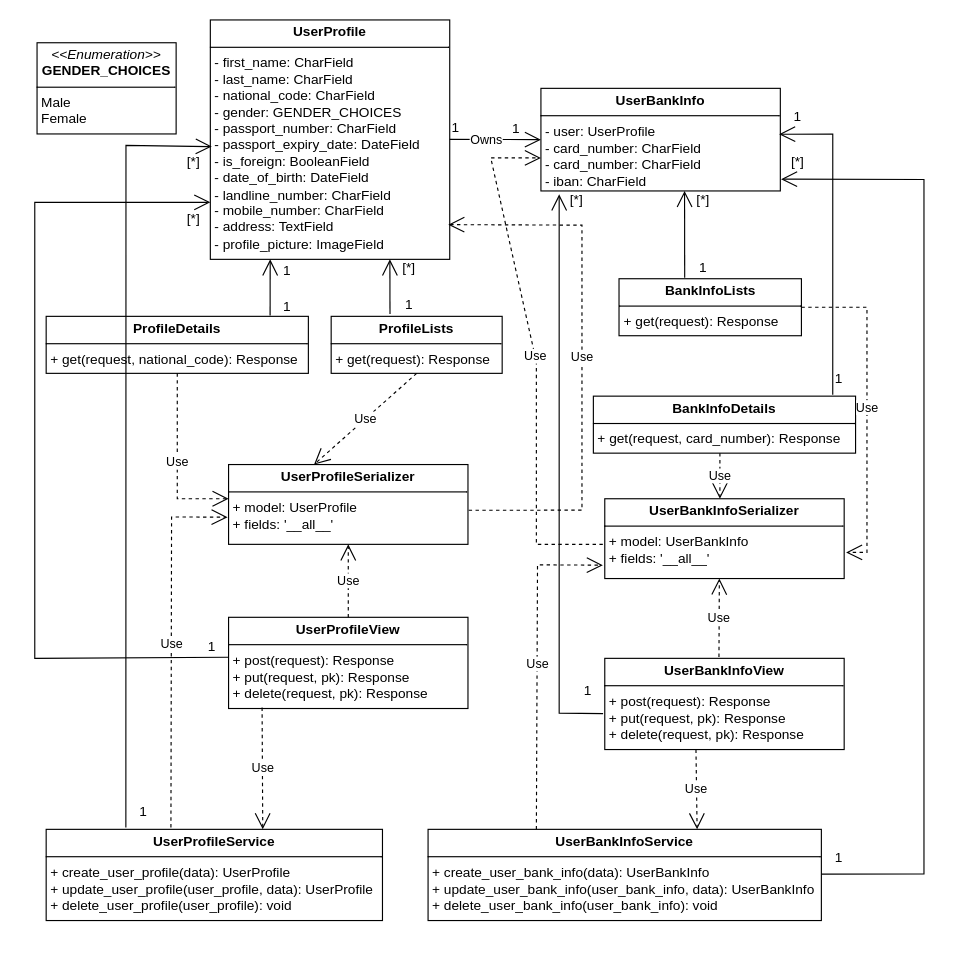
Before: Class-Diagram/ProfilesService-Class-Diagram.drawio in Travel-Booking-Framework/ProfilesService, a draw.io diagram. Source tidied: cells renumbered, new cells numbered last; positions are measured from the earlier drawing's top-left corner, leaving out a move shared by most shapes. Both pictures are drawn from the tidied source at 114%, with x=0, y=0 at pixel (34, 19).
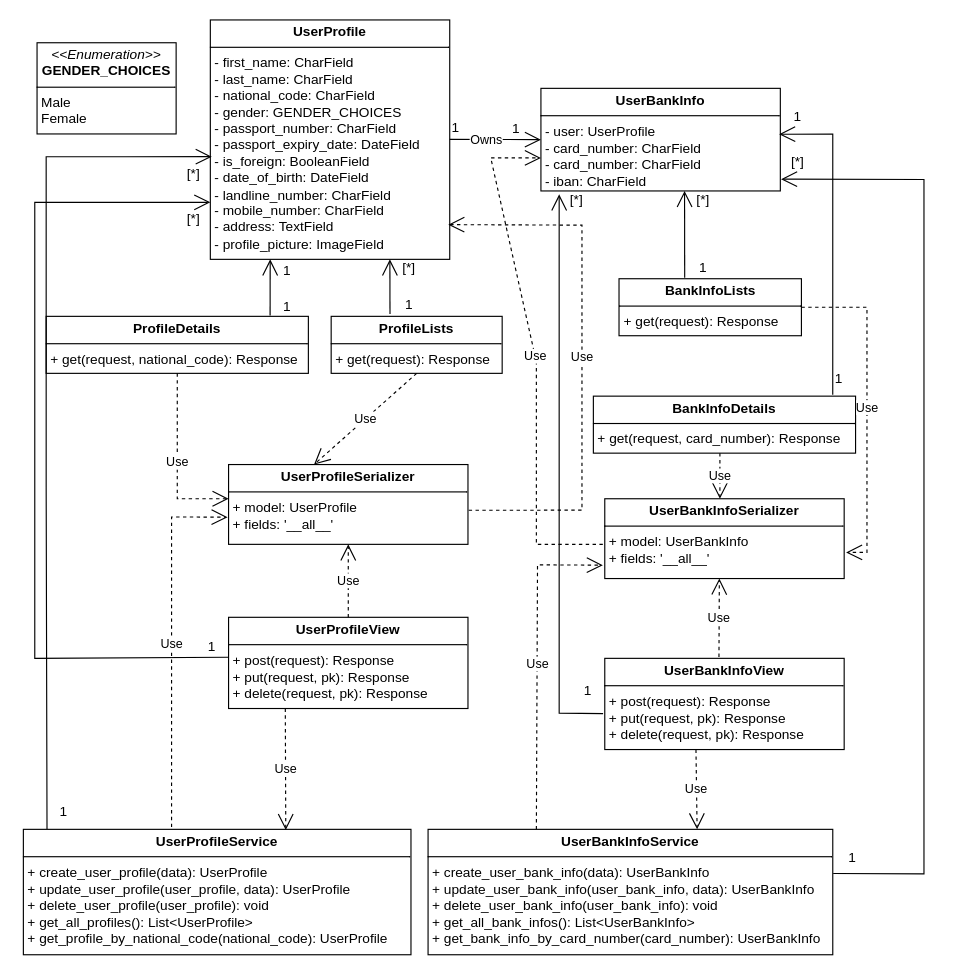
The same page after the edit.

Commit message (it also covers changes not shown here):
Modify ProfileService Class Diagram

The change refers to these unchanged cells:
```xml
<mxCell id="2" value="&lt;p style=&quot;margin:0px;margin-top:4px;text-align:center;&quot;&gt;&lt;b&gt;UserProfile&lt;/b&gt;&lt;/p&gt;&lt;hr size=&quot;1&quot; style=&quot;border-style:solid;&quot;&gt;&lt;p style=&quot;margin:0px;margin-left:4px;&quot;&gt;- first_name: CharField&lt;/p&gt;&lt;p style=&quot;margin:0px;margin-left:4px;&quot;&gt;- last_name: CharField&lt;br&gt;&lt;/p&gt;&lt;p style=&quot;margin:0px;margin-left:4px;&quot;&gt;- national_code:&amp;nbsp;&lt;span style=&quot;background-color: initial;&quot;&gt;CharField&lt;/span&gt;&lt;/p&gt;&lt;p style=&quot;margin:0px;margin-left:4px;&quot;&gt;- gender: GENDER_CHOICES&lt;/p&gt;&lt;p style=&quot;margin:0px;margin-left:4px;&quot;&gt;- passport_number:&amp;nbsp;&lt;span style=&quot;background-color: initial;&quot;&gt;CharField&lt;/span&gt;&lt;/p&gt;&lt;p style=&quot;margin:0px;margin-left:4px;&quot;&gt;- passport_expiry_date: DateField&lt;/p&gt;&lt;p style=&quot;margin:0px;margin-left:4px;&quot;&gt;- is_foreign: BooleanField&lt;/p&gt;&lt;p style=&quot;margin:0px;margin-left:4px;&quot;&gt;- date_of_birth: DateField&lt;/p&gt;&lt;p style=&quot;margin:0px;margin-left:4px;&quot;&gt;- landline_number:&amp;nbsp;&lt;span style=&quot;background-color: initial;&quot;&gt;CharField&lt;/span&gt;&lt;/p&gt;&lt;p style=&quot;margin:0px;margin-left:4px;&quot;&gt;- mobile_number:&amp;nbsp;&lt;span style=&quot;background-color: initial;&quot;&gt;CharField&lt;/span&gt;&lt;/p&gt;&lt;p style=&quot;margin:0px;margin-left:4px;&quot;&gt;- address: TextField&lt;/p&gt;&lt;p style=&quot;margin:0px;margin-left:4px;&quot;&gt;&lt;span style=&quot;background-color: initial;&quot;&gt;- profile_picture: ImageField&lt;/span&gt;&lt;/p&gt;" style="verticalAlign=top;align=left;overflow=fill;html=1;whiteSpace=wrap;" parent="1" vertex="1">
  <mxGeometry x="154" width="210" height="210" as="geometry" />
</mxCell>
<mxCell id="4" value="&lt;p style=&quot;margin:0px;margin-top:4px;text-align:center;&quot;&gt;&lt;b&gt;UserBankInfo&lt;/b&gt;&lt;/p&gt;&lt;hr size=&quot;1&quot; style=&quot;border-style:solid;&quot;&gt;&lt;p style=&quot;margin:0px;margin-left:4px;&quot;&gt;- user: UserProfile&lt;/p&gt;&lt;p style=&quot;margin:0px;margin-left:4px;&quot;&gt;- card_number: CharField&lt;br&gt;&lt;/p&gt;&lt;p style=&quot;margin:0px;margin-left:4px;&quot;&gt;- card_number:&amp;nbsp;&lt;span style=&quot;background-color: initial;&quot;&gt;CharField&lt;/span&gt;&lt;/p&gt;&lt;p style=&quot;margin:0px;margin-left:4px;&quot;&gt;- iban:&amp;nbsp;&lt;span style=&quot;background-color: initial;&quot;&gt;CharField&lt;/span&gt;&lt;/p&gt;" style="verticalAlign=top;align=left;overflow=fill;html=1;whiteSpace=wrap;" parent="1" vertex="1">
  <mxGeometry x="444" y="60" width="210" height="90" as="geometry" />
</mxCell>
<mxCell id="7" value="&lt;p style=&quot;margin:0px;margin-top:4px;text-align:center;&quot;&gt;&lt;b&gt;UserProfileSerializer&lt;/b&gt;&lt;/p&gt;&lt;hr size=&quot;1&quot; style=&quot;border-style:solid;&quot;&gt;&lt;p style=&quot;margin:0px;margin-left:4px;&quot;&gt;+ model: UserProfile&lt;/p&gt;&lt;p style=&quot;margin:0px;margin-left:4px;&quot;&gt;+ fields: '__all__'&lt;/p&gt;" style="verticalAlign=top;align=left;overflow=fill;html=1;whiteSpace=wrap;" parent="1" vertex="1">
  <mxGeometry x="170" y="390" width="210" height="70" as="geometry" />
</mxCell>
<mxCell id="9" value="&lt;p style=&quot;margin:0px;margin-top:4px;text-align:center;&quot;&gt;&lt;b&gt;UserProfileView&lt;/b&gt;&lt;/p&gt;&lt;hr size=&quot;1&quot; style=&quot;border-style:solid;&quot;&gt;&lt;p style=&quot;margin:0px;margin-left:4px;&quot;&gt;+ post(request): Response&lt;/p&gt;&lt;p style=&quot;margin:0px;margin-left:4px;&quot;&gt;+&amp;nbsp;&lt;span style=&quot;background-color: initial;&quot;&gt;put(request, pk): Response&lt;/span&gt;&lt;/p&gt;&lt;p style=&quot;margin:0px;margin-left:4px;&quot;&gt;&lt;span style=&quot;background-color: initial;&quot;&gt;+&amp;nbsp;&lt;/span&gt;&lt;span style=&quot;background-color: initial;&quot;&gt;delete(request, pk): Response&lt;/span&gt;&lt;/p&gt;" style="verticalAlign=top;align=left;overflow=fill;html=1;whiteSpace=wrap;" parent="1" vertex="1">
  <mxGeometry x="170" y="524" width="210" height="80" as="geometry" />
</mxCell>
```

Diff of the diagram source:
```diff
@@
-    <mxCell id="5" value="&lt;p style=&quot;margin:0px;margin-top:4px;text-align:center;&quot;&gt;&lt;b&gt;UserProfileService&lt;/b&gt;&lt;/p&gt;&lt;hr size=&quot;1&quot; style=&quot;border-style:solid;&quot;&gt;&lt;p style=&quot;margin:0px;margin-left:4px;&quot;&gt;+ create_user_profile(data): UserProfile&lt;/p&gt;&lt;p style=&quot;margin:0px;margin-left:4px;&quot;&gt;+&amp;nbsp;&lt;span style=&quot;background-color: initial;&quot;&gt;update_user_profile(&lt;/span&gt;&lt;span style=&quot;background-color: initial;&quot;&gt;user_profile,&amp;nbsp;&lt;/span&gt;&lt;span style=&quot;background-color: initial;&quot;&gt;data): UserProfile&lt;/span&gt;&lt;/p&gt;&lt;p style=&quot;margin:0px;margin-left:4px;&quot;&gt;&lt;span style=&quot;background-color: initial;&quot;&gt;+&amp;nbsp;&lt;/span&gt;&lt;span style=&quot;background-color: initial;&quot;&gt;delete_user_profile(user_profile): void&lt;/span&gt;&lt;/p&gt;" style="verticalAlign=top;align=left;overflow=fill;html=1;whiteSpace=wrap;" parent="1" vertex="1">
-      <mxGeometry x="10" y="710" width="295" height="80" as="geometry" />
+    <mxCell id="5" value="&lt;p style=&quot;margin:0px;margin-top:4px;text-align:center;&quot;&gt;&lt;b&gt;UserProfileService&lt;/b&gt;&lt;/p&gt;&lt;hr size=&quot;1&quot; style=&quot;border-style:solid;&quot;&gt;&lt;p style=&quot;margin:0px;margin-left:4px;&quot;&gt;+ create_user_profile(data): UserProfile&lt;/p&gt;&lt;p style=&quot;margin:0px;margin-left:4px;&quot;&gt;+&amp;nbsp;&lt;span style=&quot;background-color: initial;&quot;&gt;update_user_profile(&lt;/span&gt;&lt;span style=&quot;background-color: initial;&quot;&gt;user_profile,&amp;nbsp;&lt;/span&gt;&lt;span style=&quot;background-color: initial;&quot;&gt;data): UserProfile&lt;/span&gt;&lt;/p&gt;&lt;p style=&quot;margin:0px;margin-left:4px;&quot;&gt;&lt;span style=&quot;background-color: initial;&quot;&gt;+&amp;nbsp;&lt;/span&gt;&lt;span style=&quot;background-color: initial;&quot;&gt;delete_user_profile(user_profile): void&lt;/span&gt;&lt;/p&gt;&lt;p style=&quot;margin:0px;margin-left:4px;&quot;&gt;&lt;span style=&quot;background-color: initial;&quot;&gt;+ get_all_profiles(): List&amp;lt;UserProfile&amp;gt;&lt;/span&gt;&lt;/p&gt;&lt;p style=&quot;margin:0px;margin-left:4px;&quot;&gt;&lt;span style=&quot;background-color: initial;&quot;&gt;+ get_profile_by_national_code(national_code): UserProfile&lt;/span&gt;&lt;/p&gt;" style="verticalAlign=top;align=left;overflow=fill;html=1;whiteSpace=wrap;" parent="1" vertex="1">
+      <mxGeometry x="-10" y="710" width="340" height="110" as="geometry" />
     </mxCell>
-    <mxCell id="6" value="&lt;p style=&quot;margin:0px;margin-top:4px;text-align:center;&quot;&gt;&lt;b&gt;UserBankInfoService&lt;/b&gt;&lt;/p&gt;&lt;hr size=&quot;1&quot; style=&quot;border-style:solid;&quot;&gt;&lt;p style=&quot;margin:0px;margin-left:4px;&quot;&gt;+ create_user_bank_info(data): UserBankInfo&lt;/p&gt;&lt;p style=&quot;margin:0px;margin-left:4px;&quot;&gt;+&amp;nbsp;&lt;span style=&quot;background-color: initial;&quot;&gt;update_&lt;/span&gt;user_bank_info&lt;span style=&quot;background-color: initial;&quot;&gt;(&lt;/span&gt;&lt;span style=&quot;background-color: initial;&quot;&gt;user_bank_info,&amp;nbsp;&lt;/span&gt;&lt;span style=&quot;background-color: initial;&quot;&gt;data):&amp;nbsp;&lt;/span&gt;&lt;span style=&quot;background-color: initial;&quot;&gt;UserBankInfo&lt;/span&gt;&lt;/p&gt;&lt;p style=&quot;margin:0px;margin-left:4px;&quot;&gt;&lt;span style=&quot;background-color: initial;&quot;&gt;+&amp;nbsp;&lt;/span&gt;&lt;span style=&quot;background-color: initial;&quot;&gt;delete_&lt;/span&gt;user_bank_info&lt;span style=&quot;background-color: initial;&quot;&gt;(user_bank_info): void&lt;/span&gt;&lt;/p&gt;" style="verticalAlign=top;align=left;overflow=fill;html=1;whiteSpace=wrap;" parent="1" vertex="1">
-      <mxGeometry x="345" y="710" width="345" height="80" as="geometry" />
+    <mxCell id="6" value="&lt;p style=&quot;margin:0px;margin-top:4px;text-align:center;&quot;&gt;&lt;b&gt;UserBankInfoService&lt;/b&gt;&lt;/p&gt;&lt;hr size=&quot;1&quot; style=&quot;border-style:solid;&quot;&gt;&lt;p style=&quot;margin:0px;margin-left:4px;&quot;&gt;+ create_user_bank_info(data): UserBankInfo&lt;/p&gt;&lt;p style=&quot;margin:0px;margin-left:4px;&quot;&gt;+&amp;nbsp;&lt;span style=&quot;background-color: initial;&quot;&gt;update_&lt;/span&gt;user_bank_info&lt;span style=&quot;background-color: initial;&quot;&gt;(&lt;/span&gt;&lt;span style=&quot;background-color: initial;&quot;&gt;user_bank_info,&amp;nbsp;&lt;/span&gt;&lt;span style=&quot;background-color: initial;&quot;&gt;data):&amp;nbsp;&lt;/span&gt;&lt;span style=&quot;background-color: initial;&quot;&gt;UserBankInfo&lt;/span&gt;&lt;/p&gt;&lt;p style=&quot;margin:0px;margin-left:4px;&quot;&gt;&lt;span style=&quot;background-color: initial;&quot;&gt;+&amp;nbsp;&lt;/span&gt;&lt;span style=&quot;background-color: initial;&quot;&gt;delete_&lt;/span&gt;user_bank_info&lt;span style=&quot;background-color: initial;&quot;&gt;(user_bank_info): void&lt;/span&gt;&lt;/p&gt;&lt;p style=&quot;margin:0px;margin-left:4px;&quot;&gt;&lt;span style=&quot;background-color: initial;&quot;&gt;+ get_all_bank_infos(): List&amp;lt;&lt;/span&gt;&lt;span style=&quot;background-color: initial;&quot;&gt;UserBankInfo&lt;/span&gt;&lt;span style=&quot;background-color: initial;&quot;&gt;&amp;gt;&lt;/span&gt;&lt;/p&gt;&lt;p style=&quot;margin:0px;margin-left:4px;&quot;&gt;&lt;span style=&quot;background-color: initial;&quot;&gt;+ get_bank_info_by_card_number(card_number): UserBankInfo&lt;/span&gt;&lt;/p&gt;" style="verticalAlign=top;align=left;overflow=fill;html=1;whiteSpace=wrap;" parent="1" vertex="1">
+      <mxGeometry x="345" y="710" width="355" height="110" as="geometry" />
     </mxCell>
@@
-    <mxCell id="45" style="endArrow=open;endFill=1;endSize=12;html=1;rounded=0;exitX=0.237;exitY=-0.02;exitDx=0;exitDy=0;exitPerimeter=0;entryX=0.006;entryY=0.529;entryDx=0;entryDy=0;entryPerimeter=0;" parent="1" edge="1" source="5" target="2">
+    <mxCell id="45" style="endArrow=open;endFill=1;endSize=12;html=1;rounded=0;exitX=0.061;exitY=-0.003;exitDx=0;exitDy=0;exitPerimeter=0;entryX=0.006;entryY=0.571;entryDx=0;entryDy=0;entryPerimeter=0;" parent="1" edge="1" source="5" target="2">
       <mxGeometry relative="1" as="geometry">
         <Array as="points">
-          <mxPoint x="80" y="110" />
+          <mxPoint x="10" y="410" />
+          <mxPoint x="10" y="120" />
+          <mxPoint x="80" y="120" />
         </Array>
       </mxGeometry>
     </mxCell>
     <mxCell id="46" value="[*]" style="text;html=1;align=center;verticalAlign=middle;strokeColor=none;fillColor=none;" parent="1" vertex="1">
-      <mxGeometry x="124" y="110" width="30" height="30" as="geometry" />
+      <mxGeometry x="124" y="120" width="30" height="30" as="geometry" />
     </mxCell>
     <mxCell id="47" value="1" style="text;html=1;align=center;verticalAlign=middle;strokeColor=none;fillColor=none;" parent="1" vertex="1">
-      <mxGeometry x="80" y="680" width="30" height="30" as="geometry" />
+      <mxGeometry x="10" y="680" width="30" height="30" as="geometry" />
     </mxCell>
-    <mxCell id="48" value="Use" style="endArrow=open;endSize=12;dashed=1;html=1;rounded=0;exitX=0.14;exitY=0.989;exitDx=0;exitDy=0;entryX=0.644;entryY=0;entryDx=0;entryDy=0;exitPerimeter=0;entryPerimeter=0;" parent="1" edge="1" source="9" target="5">
+    <mxCell id="48" value="Use" style="endArrow=open;endSize=12;dashed=1;html=1;rounded=0;exitX=0.237;exitY=1;exitDx=0;exitDy=0;exitPerimeter=0;entryX=0.677;entryY=0.006;entryDx=0;entryDy=0;entryPerimeter=0;" parent="1" edge="1" source="9" target="5">
       <mxGeometry relative="1" as="geometry" />
     </mxCell>
-    <mxCell id="49" value="Use" style="endArrow=open;endSize=12;dashed=1;html=1;rounded=0;exitX=0.371;exitY=-0.02;exitDx=0;exitDy=0;exitPerimeter=0;entryX=-0.004;entryY=0.659;entryDx=0;entryDy=0;entryPerimeter=0;" parent="1" edge="1" source="5" target="7">
+    <mxCell id="49" value="Use" style="endArrow=open;endSize=12;dashed=1;html=1;rounded=0;entryX=-0.004;entryY=0.659;entryDx=0;entryDy=0;entryPerimeter=0;" parent="1" edge="1" target="7">
       <mxGeometry relative="1" as="geometry">
+        <mxPoint x="120" y="708" as="sourcePoint" />
         <Array as="points">
           <mxPoint x="120" y="436" />
         </Array>
       </mxGeometry>
     </mxCell>
-    <mxCell id="50" style="endArrow=open;endFill=1;endSize=12;html=1;rounded=0;entryX=1.003;entryY=0.885;entryDx=0;entryDy=0;entryPerimeter=0;" parent="1" edge="1" target="4">
+    <mxCell id="50" style="endArrow=open;endFill=1;endSize=12;html=1;rounded=0;entryX=1.003;entryY=0.885;entryDx=0;entryDy=0;entryPerimeter=0;exitX=1.001;exitY=0.352;exitDx=0;exitDy=0;exitPerimeter=0;" parent="1" edge="1" source="6" target="4">
       <mxGeometry relative="1" as="geometry">
-        <mxPoint x="690" y="749.3" as="sourcePoint" />
         <Array as="points">
           <mxPoint x="780" y="749" />
           <mxPoint x="780" y="460" />
           <mxPoint x="780" y="140" />
         </Array>
       </mxGeometry>
     </mxCell>
@@
     <mxCell id="52" value="1" style="text;html=1;align=center;verticalAlign=middle;strokeColor=none;fillColor=none;" parent="1" vertex="1">
-      <mxGeometry x="690" y="720" width="30" height="30" as="geometry" />
+      <mxGeometry x="702" y="720" width="30" height="30" as="geometry" />
     </mxCell>
```
